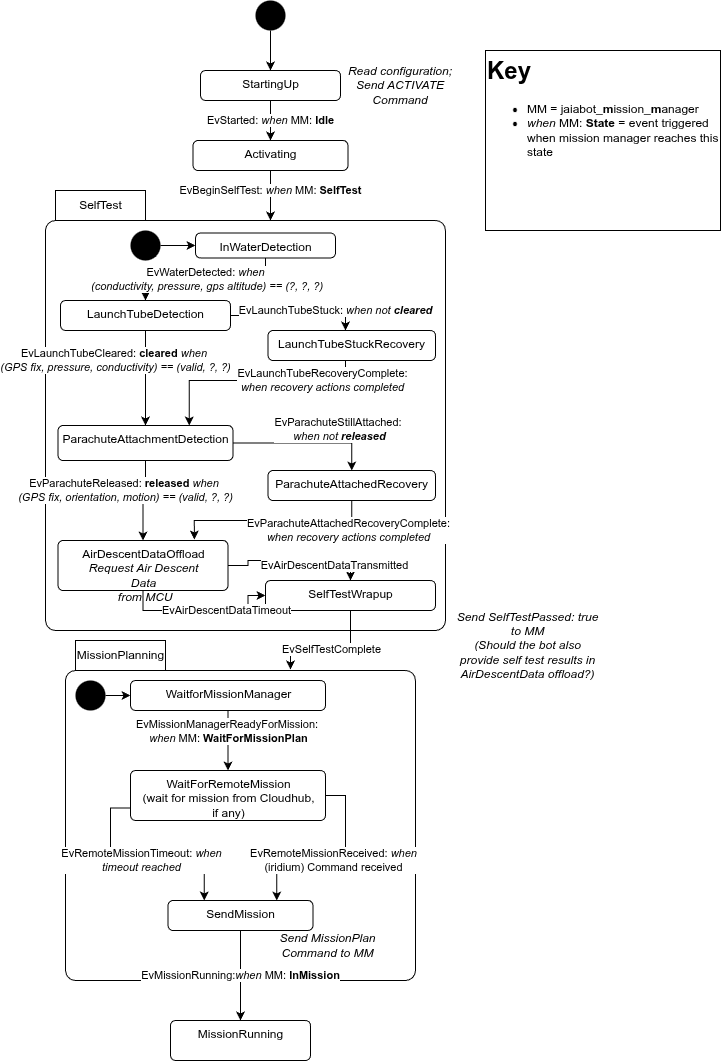
Before: src/doc/figures/storm/storm-manager-states.png, a diagram exported from draw.io (jaiarobotics/jaiabot). Source tidied: cells renumbered, new cells last; positions are measured from the earlier drawing's top-left corner, leaving out a move shared by most shapes. Its diagram source:
```xml
<mxGraphModel>
  <root>
    <mxCell id="0" />
    <mxCell id="1" parent="0" />
    <mxCell id="2" style="ellipse;fillColor=#000000;strokeColor=none;" parent="1" vertex="1">
      <mxGeometry x="210" width="30" height="30" as="geometry" />
    </mxCell>
    <mxCell id="3" value="SelfTest" style="shape=folder;align=center;verticalAlign=middle;fontStyle=0;tabWidth=100;tabHeight=30;tabPosition=left;html=1;boundedLbl=1;labelInHeader=1;rounded=1;absoluteArcSize=1;arcSize=10;" parent="1" vertex="1">
      <mxGeometry y="190" width="400" height="440" as="geometry" />
    </mxCell>
    <mxCell id="4" style="edgeStyle=orthogonalEdgeStyle;rounded=0;jettySize=auto;html=1;entryX=0.5;entryY=0;entryDx=0;entryDy=0;" parent="1" edge="1" source="2" target="8">
      <mxGeometry relative="1" as="geometry" />
    </mxCell>
    <mxCell id="5" value="Activating" style="html=1;align=center;verticalAlign=top;rounded=1;absoluteArcSize=1;arcSize=10;dashed=0;" parent="1" vertex="1">
      <mxGeometry x="147.5" y="140" width="155" height="30" as="geometry" />
    </mxCell>
    <mxCell id="6" value="EvBeginSelfTest: &lt;i&gt;when &lt;/i&gt;MM: &lt;b&gt;SelfTest&lt;/b&gt;" style="edgeStyle=orthogonalEdgeStyle;rounded=0;jettySize=auto;html=1;entryX=0;entryY=0;entryDx=225;entryDy=30;entryPerimeter=0;" parent="1" edge="1" source="5" target="3">
      <mxGeometry x="0.33" relative="1" as="geometry" />
    </mxCell>
    <mxCell id="7" value="EvStarted: &lt;i&gt;when &lt;/i&gt;MM: &lt;b&gt;Idle&lt;/b&gt;" style="edgeStyle=orthogonalEdgeStyle;rounded=0;jettySize=auto;html=1;" parent="1" edge="1" source="8" target="5">
      <mxGeometry relative="1" as="geometry" />
    </mxCell>
    <mxCell id="8" value="StartingUp" style="html=1;align=center;verticalAlign=top;rounded=1;absoluteArcSize=1;arcSize=10;dashed=0;" parent="1" vertex="1">
      <mxGeometry x="155" y="70" width="140" height="30" as="geometry" />
    </mxCell>
    <mxCell id="9" style="edgeStyle=orthogonalEdgeStyle;rounded=0;jettySize=auto;html=1;entryX=0;entryY=0.5;entryDx=0;entryDy=0;" parent="1" edge="1" source="10" target="15">
      <mxGeometry relative="1" as="geometry" />
    </mxCell>
    <mxCell id="10" style="ellipse;fillColor=#000000;strokeColor=none;" parent="1" vertex="1">
      <mxGeometry x="85" y="230" width="30" height="30" as="geometry" />
    </mxCell>
    <mxCell id="11" style="edgeStyle=orthogonalEdgeStyle;rounded=0;orthogonalLoop=1;jettySize=auto;html=1;exitX=1;exitY=1;exitDx=0;exitDy=0;entryX=0.5;entryY=1;entryDx=0;entryDy=0;" parent="1" edge="1" source="10" target="10">
      <mxGeometry relative="1" as="geometry" />
    </mxCell>
    <mxCell id="12" value="EvSelfTestComplete" style="edgeStyle=orthogonalEdgeStyle;rounded=0;orthogonalLoop=1;jettySize=auto;html=1;entryX=0;entryY=0;entryDx=225;entryDy=30;exitX=0.5;exitY=1;exitDx=0;exitDy=0;entryPerimeter=0;" parent="1" edge="1">
      <mxGeometry x="-0.02" relative="1" as="geometry">
        <mxPoint x="305" y="609" as="sourcePoint" />
        <mxPoint x="245" y="669" as="targetPoint" />
        <Array as="points">
          <mxPoint x="305" y="649" />
          <mxPoint x="245" y="649" />
        </Array>
      </mxGeometry>
    </mxCell>
    <mxCell id="13" value="MissionRunning" style="html=1;align=center;verticalAlign=top;rounded=1;absoluteArcSize=1;arcSize=10;dashed=0;" parent="1" vertex="1">
      <mxGeometry x="125" y="1020" width="140" height="40" as="geometry" />
    </mxCell>
    <mxCell id="14" value="EvWaterDetected: &lt;i&gt;when&lt;/i&gt;&lt;div&gt;&lt;i&gt;&amp;nbsp;(conductivity, pressure, gps altitude) == (?, ?, ?)&lt;/i&gt;&lt;/div&gt;" style="edgeStyle=orthogonalEdgeStyle;rounded=0;jettySize=auto;html=1;entryX=0.5;entryY=0;entryDx=0;entryDy=0;" parent="1" edge="1" source="15" target="18">
      <mxGeometry relative="1" as="geometry" />
    </mxCell>
    <mxCell id="15" value="InWaterDetection" style="html=1;align=center;verticalAlign=top;rounded=1;absoluteArcSize=1;arcSize=10;dashed=0;" parent="1" vertex="1">
      <mxGeometry x="150" y="232.5" width="140" height="25" as="geometry" />
    </mxCell>
    <mxCell id="16" value="EvLaunchTubeCleared: &lt;b&gt;cleared&amp;nbsp;&lt;/b&gt;&lt;i&gt;when&amp;nbsp;&lt;/i&gt;&lt;div&gt;&lt;i&gt;(GPS fix, pressure, conductivity) == (valid, ?, ?)&lt;/i&gt;&lt;/div&gt;" style="edgeStyle=orthogonalEdgeStyle;rounded=0;jettySize=auto;html=1;entryX=0.5;entryY=0;entryDx=0;entryDy=0;" parent="1" edge="1" source="18" target="20">
      <mxGeometry x="-0.37" y="-30" relative="1" as="geometry" />
    </mxCell>
    <mxCell id="17" value="EvLaunchTubeStuck: &lt;i&gt;when not &lt;b&gt;cleared&lt;/b&gt;&lt;/i&gt;" style="edgeStyle=orthogonalEdgeStyle;rounded=0;jettySize=auto;html=1;" parent="1" edge="1" source="18" target="38">
      <mxGeometry x="0.62" y="5" relative="1" as="geometry">
        <Array as="points">
          <mxPoint x="300" y="315" />
        </Array>
      </mxGeometry>
    </mxCell>
    <mxCell id="18" value="Lau&lt;span style=&quot;background-color: transparent; color: light-dark(rgb(0, 0, 0), rgb(255, 255, 255));&quot;&gt;nchTubeDetection&lt;/span&gt;" style="html=1;align=center;verticalAlign=top;rounded=1;absoluteArcSize=1;arcSize=10;dashed=0;" parent="1" vertex="1">
      <mxGeometry x="15" y="300" width="170" height="30" as="geometry" />
    </mxCell>
    <mxCell id="19" value="EvParachuteReleased: &lt;b&gt;released&amp;nbsp;&lt;/b&gt;&lt;i&gt;when&amp;nbsp;&lt;/i&gt;&lt;div&gt;&lt;i&gt;(GPS fix, orientation, motion) == (valid, ?, ?)&lt;/i&gt;&lt;/div&gt;" style="edgeStyle=orthogonalEdgeStyle;rounded=0;jettySize=auto;html=1;entryX=0.5;entryY=0;entryDx=0;entryDy=0;" parent="1" edge="1" source="20" target="21">
      <mxGeometry x="-0.27" y="-20" relative="1" as="geometry" />
    </mxCell>
    <mxCell id="20" value="ParachuteAttachmentDetection" style="html=1;align=center;verticalAlign=top;rounded=1;absoluteArcSize=1;arcSize=10;dashed=0;" parent="1" vertex="1">
      <mxGeometry x="12.5" y="425" width="175" height="35" as="geometry" />
    </mxCell>
    <mxCell id="21" value="AirDescentDataOffload&lt;div&gt;&lt;i style=&quot;text-wrap-mode: wrap;&quot;&gt;Request Air Descent Data&lt;br&gt;&amp;nbsp;from MCU&lt;/i&gt;&lt;/div&gt;" style="html=1;align=center;verticalAlign=top;rounded=1;absoluteArcSize=1;arcSize=10;dashed=0;" parent="1" vertex="1">
      <mxGeometry x="12.5" y="540" width="170" height="50" as="geometry" />
    </mxCell>
    <mxCell id="22" value="&lt;i&gt;Read configuration; Send ACTIVATE Command&lt;/i&gt;" style="text;html=1;whiteSpace=wrap;strokeColor=none;fillColor=none;align=center;verticalAlign=middle;rounded=0;" parent="1" vertex="1">
      <mxGeometry x="300" y="70" width="110" height="30" as="geometry" />
    </mxCell>
    <mxCell id="23" value="&lt;i&gt;Send SelfTestPassed: true to MM&lt;/i&gt;&lt;div&gt;&lt;i&gt;(Should the bot also provide self test results in AirDescentData offload?)&lt;/i&gt;&lt;/div&gt;" style="text;html=1;whiteSpace=wrap;strokeColor=none;fillColor=none;align=center;verticalAlign=middle;rounded=0;" parent="1" vertex="1">
      <mxGeometry x="410" y="630" width="145" height="30" as="geometry" />
    </mxCell>
    <mxCell id="24" value="&lt;h1 style=&quot;margin-top: 0px;&quot;&gt;Key&lt;/h1&gt;&lt;p&gt;&lt;/p&gt;&lt;ul&gt;&lt;li&gt;MM = jaiabot_&lt;b&gt;m&lt;/b&gt;ission_&lt;b&gt;m&lt;/b&gt;anager&lt;/li&gt;&lt;li&gt;&lt;i&gt;when&lt;/i&gt; MM: &lt;b&gt;State&lt;/b&gt;&amp;nbsp;= event triggered when mission manager reaches this state&lt;/li&gt;&lt;/ul&gt;&lt;p&gt;&lt;/p&gt;" style="text;html=1;whiteSpace=wrap;overflow=hidden;rounded=0;strokeColor=default;" parent="1" vertex="1">
      <mxGeometry x="440" y="50" width="235" height="180" as="geometry" />
    </mxCell>
    <mxCell id="25" value="MissionPlanning" style="shape=folder;align=center;verticalAlign=middle;fontStyle=0;tabWidth=100;tabHeight=30;tabPosition=left;html=1;boundedLbl=1;labelInHeader=1;rounded=1;absoluteArcSize=1;arcSize=10;" parent="1" vertex="1">
      <mxGeometry x="20" y="640" width="350" height="340" as="geometry" />
    </mxCell>
    <mxCell id="26" style="edgeStyle=orthogonalEdgeStyle;rounded=0;jettySize=auto;html=1;" parent="1" edge="1" source="28" target="30">
      <mxGeometry relative="1" as="geometry" />
    </mxCell>
    <mxCell id="27" value="EvMissionManagerReadyForMission:&amp;nbsp;&lt;div&gt;&lt;i&gt;when&lt;/i&gt;&amp;nbsp;&lt;span style=&quot;background-color: light-dark(#ffffff, var(--ge-dark-color, #121212)); color: light-dark(rgb(0, 0, 0), rgb(255, 255, 255));&quot;&gt;MM:&lt;/span&gt;&lt;span style=&quot;background-color: light-dark(#ffffff, var(--ge-dark-color, #121212)); color: light-dark(rgb(0, 0, 0), rgb(255, 255, 255));&quot;&gt;&amp;nbsp;&lt;/span&gt;&lt;b style=&quot;background-color: light-dark(#ffffff, var(--ge-dark-color, #121212)); color: light-dark(rgb(0, 0, 0), rgb(255, 255, 255));&quot;&gt;WaitForMissionPlan&lt;/b&gt;&lt;/div&gt;" style="edgeLabel;html=1;align=center;verticalAlign=middle;" parent="26" vertex="1">
      <mxGeometry x="-0.08" relative="1" as="geometry">
        <mxPoint y="-8" as="offset" />
      </mxGeometry>
    </mxCell>
    <mxCell id="28" value="WaitforMissionManager" style="html=1;align=center;verticalAlign=top;rounded=1;absoluteArcSize=1;arcSize=10;dashed=0;" parent="1" vertex="1">
      <mxGeometry x="85" y="680" width="195" height="30" as="geometry" />
    </mxCell>
    <mxCell id="29" value="EvRemoteMissionTimeout: &lt;i&gt;when&lt;/i&gt;&lt;div&gt;&lt;i&gt;timeout reached&lt;/i&gt;&lt;/div&gt;" style="edgeStyle=orthogonalEdgeStyle;rounded=0;jettySize=auto;html=1;entryX=0.25;entryY=0;entryDx=0;entryDy=0;exitX=0;exitY=0.75;exitDx=0;exitDy=0;" parent="1" edge="1" source="30" target="34">
      <mxGeometry relative="1" as="geometry" />
    </mxCell>
    <mxCell id="30" value="WaitForRemoteMission&lt;div&gt;(wait for mission from Cloudhub,&lt;/div&gt;&lt;div&gt;&lt;span style=&quot;background-color: transparent; color: light-dark(rgb(0, 0, 0), rgb(255, 255, 255));&quot;&gt;if any)&lt;/span&gt;&lt;/div&gt;&lt;div&gt;&lt;br&gt;&lt;/div&gt;" style="html=1;align=center;verticalAlign=top;rounded=1;absoluteArcSize=1;arcSize=10;dashed=0;" parent="1" vertex="1">
      <mxGeometry x="85" y="770" width="195" height="50" as="geometry" />
    </mxCell>
    <mxCell id="31" value="&lt;i&gt;Send MissionPlan Command to MM&lt;/i&gt;" style="text;html=1;whiteSpace=wrap;strokeColor=none;fillColor=none;align=center;verticalAlign=middle;rounded=0;" parent="1" vertex="1">
      <mxGeometry x="210" y="930" width="145" height="30" as="geometry" />
    </mxCell>
    <mxCell id="32" style="edgeStyle=orthogonalEdgeStyle;rounded=0;jettySize=auto;html=1;" parent="1" edge="1" source="33" target="28">
      <mxGeometry relative="1" as="geometry" />
    </mxCell>
    <mxCell id="33" style="ellipse;fillColor=#000000;strokeColor=none;" parent="1" vertex="1">
      <mxGeometry x="30" y="680" width="30" height="30" as="geometry" />
    </mxCell>
    <mxCell id="34" value="&lt;div&gt;SendMission&lt;/div&gt;" style="html=1;align=center;verticalAlign=top;rounded=1;absoluteArcSize=1;arcSize=10;dashed=0;" parent="1" vertex="1">
      <mxGeometry x="122.5" y="900" width="145" height="30" as="geometry" />
    </mxCell>
    <mxCell id="35" value="EvMissionRunning:&lt;i&gt;when &lt;/i&gt;MM: &lt;b&gt;InMission&lt;/b&gt;" style="edgeStyle=orthogonalEdgeStyle;rounded=0;jettySize=auto;html=1;exitX=0.5;exitY=1;exitDx=0;exitDy=0;" parent="1" edge="1" source="34" target="13">
      <mxGeometry relative="1" as="geometry" />
    </mxCell>
    <mxCell id="36" value="EvRemoteMissionReceived: &lt;i&gt;when&lt;/i&gt;&lt;br&gt;(iridium) Command received" style="edgeStyle=orthogonalEdgeStyle;rounded=0;jettySize=auto;html=1;exitX=1;exitY=0.5;exitDx=0;exitDy=0;entryX=0.75;entryY=0;entryDx=0;entryDy=0;" parent="1" edge="1" source="30" target="34">
      <mxGeometry relative="1" as="geometry" />
    </mxCell>
    <mxCell id="37" value="EvLaunchTubeRecoveryComplete:&lt;div&gt;&lt;i&gt;when recovery actions completed&lt;/i&gt;&lt;/div&gt;" style="edgeStyle=orthogonalEdgeStyle;rounded=0;jettySize=auto;html=1;entryX=0.75;entryY=0;entryDx=0;entryDy=0;" parent="1" edge="1" source="38" target="20">
      <mxGeometry x="-0.61" relative="1" as="geometry">
        <Array as="points">
          <mxPoint x="300" y="380" />
          <mxPoint x="144" y="380" />
        </Array>
      </mxGeometry>
    </mxCell>
    <mxCell id="38" value="LaunchTubeStuckRecovery" style="html=1;align=center;verticalAlign=top;rounded=1;absoluteArcSize=1;arcSize=10;dashed=0;" parent="1" vertex="1">
      <mxGeometry x="222.5" y="330" width="167.5" height="30" as="geometry" />
    </mxCell>
    <mxCell id="39" value="EvParachuteAttachedRecoveryComplete:&lt;div&gt;&lt;i&gt;when recovery actions completed&lt;/i&gt;&lt;/div&gt;" style="edgeStyle=orthogonalEdgeStyle;rounded=0;jettySize=auto;html=1;entryX=0.802;entryY=-0.019;entryDx=0;entryDy=0;entryPerimeter=0;exitX=0.5;exitY=1;exitDx=0;exitDy=0;" parent="1" edge="1" source="40" target="21">
      <mxGeometry x="-0.77" y="10" relative="1" as="geometry">
        <Array as="points">
          <mxPoint x="306" y="520" />
          <mxPoint x="149" y="520" />
        </Array>
      </mxGeometry>
    </mxCell>
    <mxCell id="40" value="ParachuteAttachedRecovery" style="html=1;align=center;verticalAlign=top;rounded=1;absoluteArcSize=1;arcSize=10;dashed=0;" parent="1" vertex="1">
      <mxGeometry x="222.5" y="470" width="167.5" height="30" as="geometry" />
    </mxCell>
    <mxCell id="41" value="EvParachuteStillAttached:&amp;nbsp;&lt;div&gt;&lt;i&gt;when not &lt;b&gt;released&lt;/b&gt;&lt;/i&gt;&lt;/div&gt;" style="edgeStyle=orthogonalEdgeStyle;rounded=0;jettySize=auto;html=1;exitX=1;exitY=0.5;exitDx=0;exitDy=0;entryX=0.5;entryY=0;entryDx=0;entryDy=0;" parent="1" edge="1" source="20" target="40">
      <mxGeometry x="0.45" y="14" relative="1" as="geometry">
        <Array as="points">
          <mxPoint x="306" y="443" />
        </Array>
      </mxGeometry>
    </mxCell>
    <mxCell id="42" value="SelfTestWrapup" style="html=1;align=center;verticalAlign=top;rounded=1;absoluteArcSize=1;arcSize=10;dashed=0;" parent="1" vertex="1">
      <mxGeometry x="220" y="580" width="170" height="30" as="geometry" />
    </mxCell>
    <mxCell id="43" value="EvAirDescentDataTransmitted" style="edgeStyle=orthogonalEdgeStyle;rounded=0;jettySize=auto;html=1;entryX=0.5;entryY=0;entryDx=0;entryDy=0;exitX=1;exitY=0.5;exitDx=0;exitDy=0;" parent="1" edge="1" source="21" target="42">
      <mxGeometry x="0.51" y="-5" relative="1" as="geometry" />
    </mxCell>
    <mxCell id="44" value="EvAirDescentDataTimeout" style="edgeStyle=orthogonalEdgeStyle;rounded=0;jettySize=auto;html=1;entryX=0;entryY=0.5;entryDx=0;entryDy=0;exitX=0.5;exitY=1;exitDx=0;exitDy=0;" parent="1" edge="1" source="21" target="42">
      <mxGeometry x="0.3" relative="1" as="geometry" />
    </mxCell>
  </root>
</mxGraphModel>
```
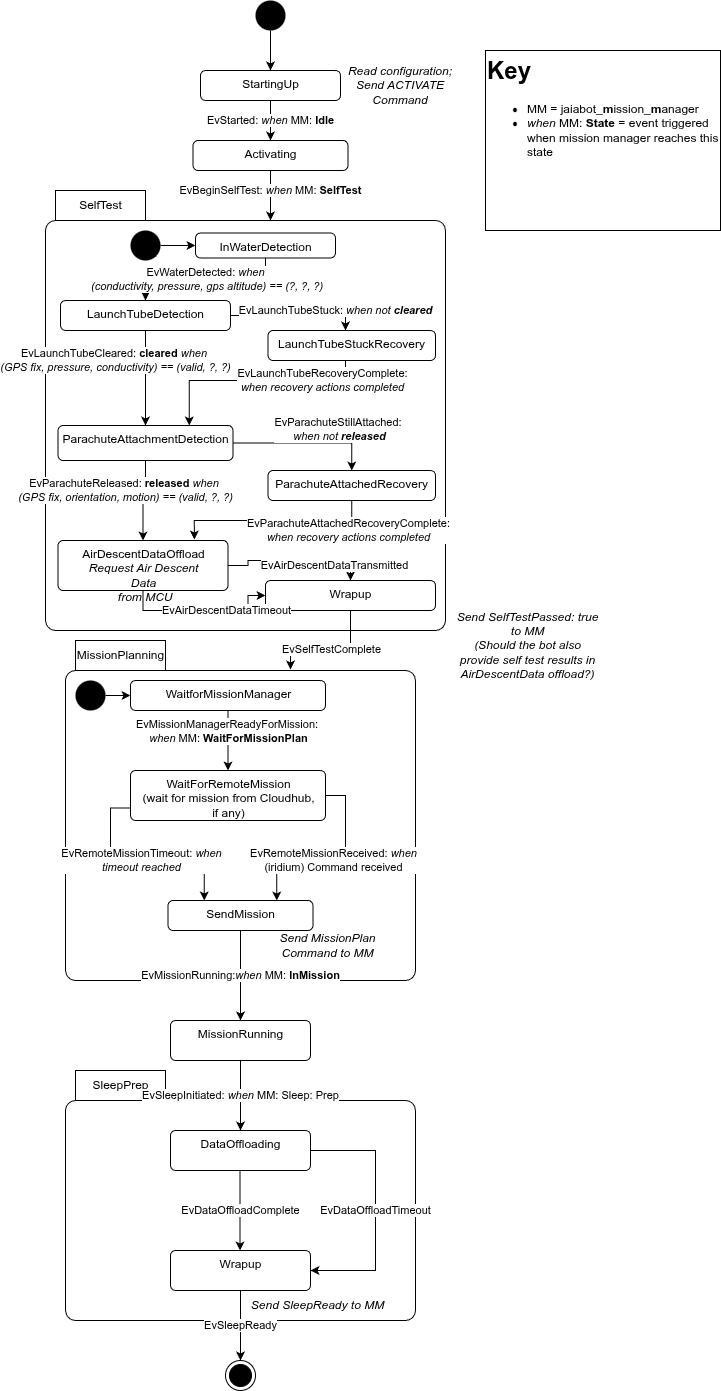
The same file after the commit.

Commit message:
Update STORM state diagrams

The edit, as a diff of the source:
```diff
@@ -149,7 +149,7 @@
         </Array>
       </mxGeometry>
     </mxCell>
-    <mxCell id="42" value="SelfTestWrapup" style="html=1;align=center;verticalAlign=top;rounded=1;absoluteArcSize=1;arcSize=10;dashed=0;" parent="1" vertex="1">
+    <mxCell id="42" value="Wrapup" style="html=1;align=center;verticalAlign=top;rounded=1;absoluteArcSize=1;arcSize=10;dashed=0;" parent="1" vertex="1">
       <mxGeometry x="220" y="580" width="170" height="30" as="geometry" />
     </mxCell>
     <mxCell id="43" value="EvAirDescentDataTransmitted" style="edgeStyle=orthogonalEdgeStyle;rounded=0;jettySize=auto;html=1;entryX=0.5;entryY=0;entryDx=0;entryDy=0;exitX=1;exitY=0.5;exitDx=0;exitDy=0;" parent="1" edge="1" source="21" target="42">
@@ -158,5 +158,44 @@
     <mxCell id="44" value="EvAirDescentDataTimeout" style="edgeStyle=orthogonalEdgeStyle;rounded=0;jettySize=auto;html=1;entryX=0;entryY=0.5;entryDx=0;entryDy=0;exitX=0.5;exitY=1;exitDx=0;exitDy=0;" parent="1" edge="1" source="21" target="42">
       <mxGeometry x="0.3" relative="1" as="geometry" />
     </mxCell>
+    <mxCell id="45" value="SleepPrep" style="shape=folder;align=center;verticalAlign=middle;fontStyle=0;tabWidth=100;tabHeight=30;tabPosition=left;html=1;boundedLbl=1;labelInHeader=1;rounded=1;absoluteArcSize=1;arcSize=10;" parent="1" vertex="1">
+      <mxGeometry x="20" y="1070" width="350" height="250" as="geometry" />
+    </mxCell>
+    <mxCell id="46" value="EvDataOffloadComplete" style="edgeStyle=orthogonalEdgeStyle;rounded=0;orthogonalLoop=1;jettySize=auto;html=1;" parent="1" edge="1">
+      <mxGeometry relative="1" as="geometry">
+        <mxPoint x="194.5" y="1170" as="sourcePoint" />
+        <mxPoint x="194.5" y="1250" as="targetPoint" />
+        <Array as="points">
+          <mxPoint x="194.5" y="1240" />
+          <mxPoint x="194.5" y="1240" />
+        </Array>
+      </mxGeometry>
+    </mxCell>
+    <mxCell id="47" value="DataOffloading" style="html=1;align=center;verticalAlign=top;rounded=1;absoluteArcSize=1;arcSize=10;dashed=0;" parent="1" vertex="1">
+      <mxGeometry x="125" y="1130" width="140" height="40" as="geometry" />
+    </mxCell>
+    <mxCell id="48" value="EvSleepReady" style="edgeStyle=orthogonalEdgeStyle;rounded=0;jettySize=auto;html=1;entryX=0.5;entryY=0;entryDx=0;entryDy=0;" parent="1" edge="1" source="49" target="53">
+      <mxGeometry relative="1" as="geometry" />
+    </mxCell>
+    <mxCell id="49" value="Wrapup" style="html=1;align=center;verticalAlign=top;rounded=1;absoluteArcSize=1;arcSize=10;dashed=0;" parent="1" vertex="1">
+      <mxGeometry x="125" y="1250" width="140" height="40" as="geometry" />
+    </mxCell>
+    <mxCell id="50" value="EvDataOffloadTimeout" style="edgeStyle=orthogonalEdgeStyle;rounded=0;jettySize=auto;html=1;exitX=1;exitY=0.5;exitDx=0;exitDy=0;entryX=1;entryY=0.5;entryDx=0;entryDy=0;" parent="1" edge="1" source="47" target="49">
+      <mxGeometry relative="1" as="geometry">
+        <Array as="points">
+          <mxPoint x="330" y="1150" />
+          <mxPoint x="330" y="1270" />
+        </Array>
+      </mxGeometry>
+    </mxCell>
+    <mxCell id="51" value="EvSleepInitiated: &lt;i&gt;when &lt;/i&gt;MM: Sleep: Prep" style="edgeStyle=orthogonalEdgeStyle;rounded=0;jettySize=auto;html=1;entryX=0.5;entryY=0;entryDx=0;entryDy=0;" parent="1" edge="1" source="13" target="47">
+      <mxGeometry relative="1" as="geometry" />
+    </mxCell>
+    <mxCell id="52" value="&lt;i&gt;Send SleepReady to MM&lt;/i&gt;" style="text;html=1;whiteSpace=wrap;strokeColor=none;fillColor=none;align=center;verticalAlign=middle;rounded=0;" parent="1" vertex="1">
+      <mxGeometry x="200" y="1290" width="145" height="30" as="geometry" />
+    </mxCell>
+    <mxCell id="53" value="Ev" style="ellipse;html=1;shape=endState;fillColor=strokeColor;" parent="1" vertex="1">
+      <mxGeometry x="180" y="1360" width="30" height="30" as="geometry" />
+    </mxCell>
   </root>
 </mxGraphModel>
```
